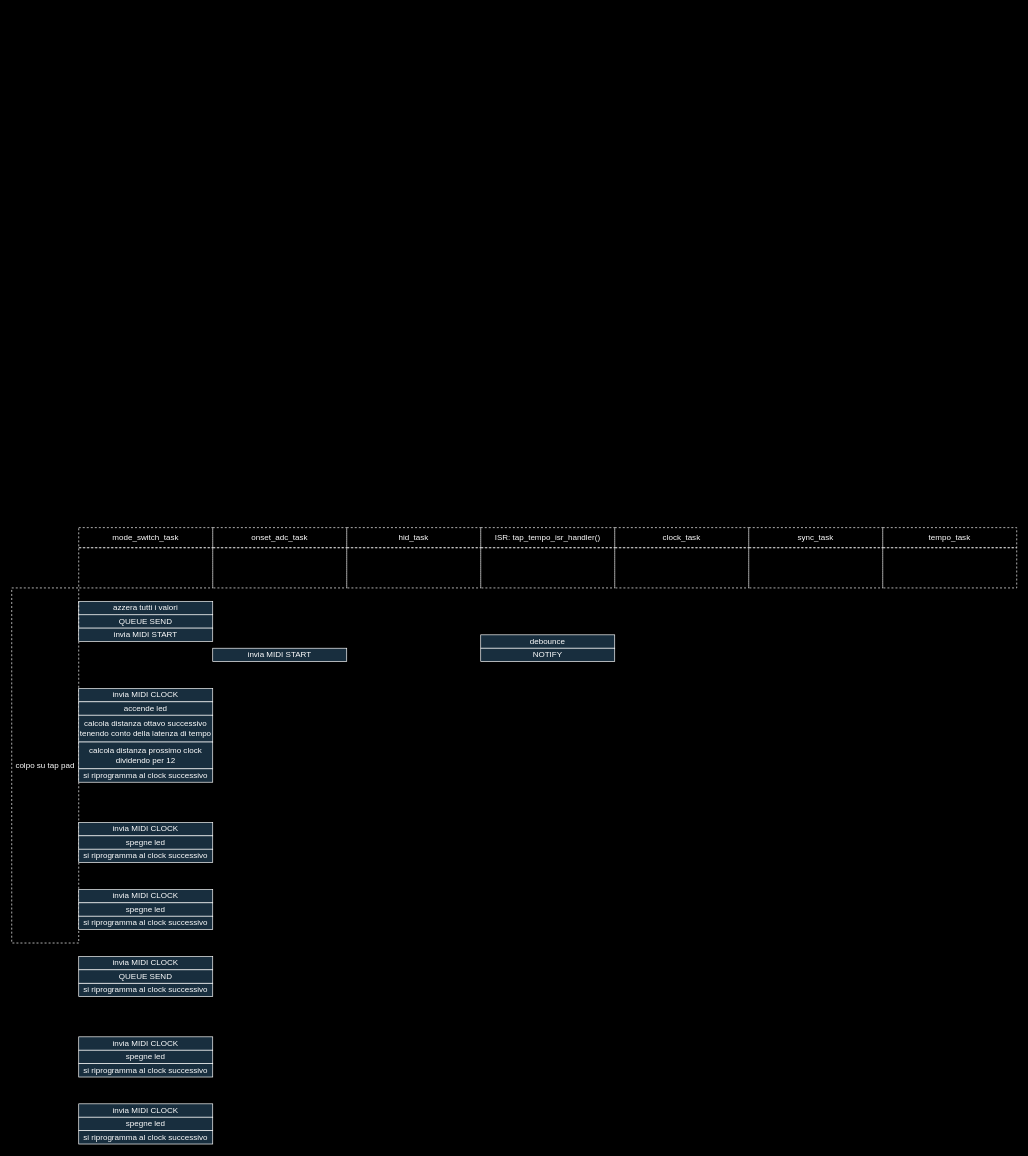
Earlier version of the draw.io diagram drawings/From_clock_on.drawio (carlo-monti/beat_catcher_2). Source tidied: cells renumbered, new cells numbered last; positions are measured from the earlier drawing's top-left corner, leaving out a move shared by most shapes. Both pictures are drawn from the tidied source at 67%, with x=0, y=0 at pixel (11, 527).
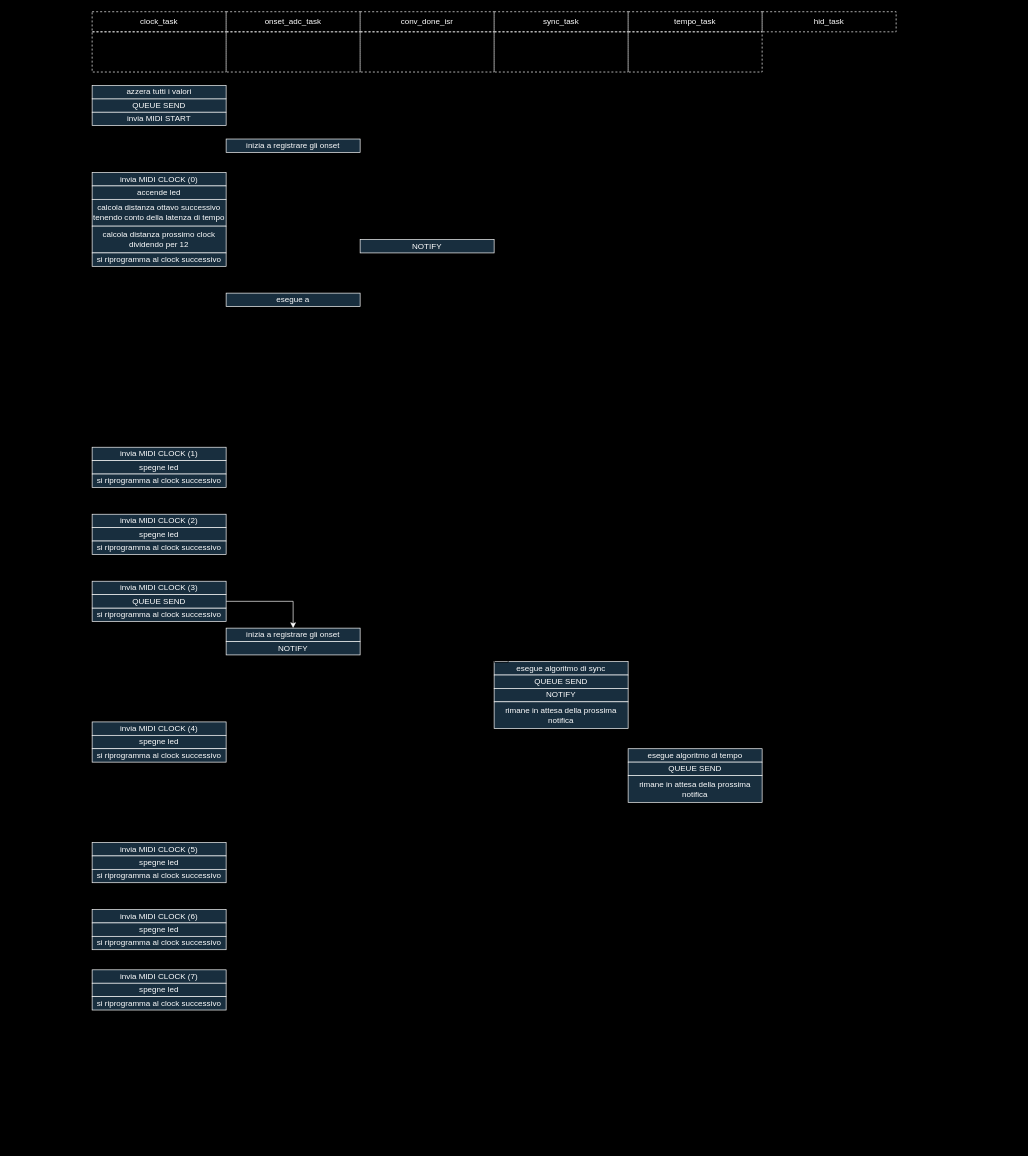
The same diagram, later.

What changed in the source:
```diff
@@
     <mxCell id="2" value="QUEUE SEND" style="rounded=0;whiteSpace=wrap;html=1;labelBackgroundColor=none;fillColor=#182E3E;strokeColor=#FFFFFF;fontColor=#FFFFFF;" parent="1" vertex="1">
-      <mxGeometry x="100" y="130" width="200" height="20" as="geometry" />
+      <mxGeometry x="120" y="-640" width="200" height="20" as="geometry" />
     </mxCell>
-    <mxCell id="3" value="debounce" style="rounded=0;whiteSpace=wrap;html=1;labelBackgroundColor=none;fillColor=#182E3E;strokeColor=#FFFFFF;fontColor=#FFFFFF;" parent="1" vertex="1">
-      <mxGeometry x="700" y="160" width="200" height="20" as="geometry" />
-    </mxCell>
-    <mxCell id="4" value="NOTIFY" style="rounded=0;whiteSpace=wrap;html=1;labelBackgroundColor=none;fillColor=#182E3E;strokeColor=#FFFFFF;fontColor=#FFFFFF;" parent="1" vertex="1">
-      <mxGeometry x="700" y="180" width="200" height="20" as="geometry" />
-    </mxCell>
     <mxCell id="5" value="&lt;div&gt;azzera tutti i valori&lt;br&gt;&lt;/div&gt;" style="rounded=0;whiteSpace=wrap;html=1;labelBackgroundColor=none;fillColor=#182E3E;strokeColor=#FFFFFF;fontColor=#FFFFFF;" parent="1" vertex="1">
-      <mxGeometry x="100" y="110" width="200" height="20" as="geometry" />
+      <mxGeometry x="120" y="-660" width="200" height="20" as="geometry" />
     </mxCell>
-    <mxCell id="6" value="mode_switch_task" style="rounded=0;whiteSpace=wrap;html=1;labelBackgroundColor=none;fillColor=none;strokeColor=#FFFFFF;fontColor=#FFFFFF;dashed=1;" parent="1" vertex="1">
-      <mxGeometry x="100" width="200" height="30" as="geometry" />
+    <mxCell id="6" value="clock_task" style="rounded=0;whiteSpace=wrap;html=1;labelBackgroundColor=none;fillColor=none;strokeColor=#FFFFFF;fontColor=#FFFFFF;dashed=1;" parent="1" vertex="1">
+      <mxGeometry x="120" y="-770" width="200" height="30" as="geometry" />
     </mxCell>
     <mxCell id="7" value="onset_adc_task" style="rounded=0;whiteSpace=wrap;html=1;labelBackgroundColor=none;fillColor=none;strokeColor=#FFFFFF;fontColor=#FFFFFF;dashed=1;" parent="1" vertex="1">
-      <mxGeometry x="300" width="200" height="30" as="geometry" />
+      <mxGeometry x="320" y="-770" width="200" height="30" as="geometry" />
     </mxCell>
     <mxCell id="8" style="rounded=0;whiteSpace=wrap;html=1;labelBackgroundColor=none;fillColor=none;strokeColor=#FFFFFF;fontColor=#FFFFFF;dashed=1;" parent="1" vertex="1">
-      <mxGeometry x="500" y="30" width="200" height="60" as="geometry" />
+      <mxGeometry x="520" y="-740" width="200" height="60" as="geometry" />
     </mxCell>
-    <mxCell id="9" value="hid_task" style="rounded=0;whiteSpace=wrap;html=1;labelBackgroundColor=none;fillColor=none;strokeColor=#FFFFFF;fontColor=#FFFFFF;dashed=1;" parent="1" vertex="1">
-      <mxGeometry x="500" width="200" height="30" as="geometry" />
+    <mxCell id="9" value="sync_task" style="rounded=0;whiteSpace=wrap;html=1;labelBackgroundColor=none;fillColor=none;strokeColor=#FFFFFF;fontColor=#FFFFFF;dashed=1;" parent="1" vertex="1">
+      <mxGeometry x="720" y="-770" width="200" height="30" as="geometry" />
     </mxCell>
-    <mxCell id="10" value="ISR: tap_tempo_isr_handler()" style="rounded=0;whiteSpace=wrap;html=1;labelBackgroundColor=none;fillColor=none;strokeColor=#FFFFFF;fontColor=#FFFFFF;dashed=1;" parent="1" vertex="1">
-      <mxGeometry x="700" width="200" height="30" as="geometry" />
+    <mxCell id="10" value="tempo_task" style="rounded=0;whiteSpace=wrap;html=1;labelBackgroundColor=none;fillColor=none;strokeColor=#FFFFFF;fontColor=#FFFFFF;dashed=1;" parent="1" vertex="1">
+      <mxGeometry x="920" y="-770" width="200" height="30" as="geometry" />
     </mxCell>
     <mxCell id="11" style="rounded=0;whiteSpace=wrap;html=1;labelBackgroundColor=none;fillColor=none;strokeColor=#FFFFFF;fontColor=#FFFFFF;dashed=1;" parent="1" vertex="1">
-      <mxGeometry x="300" y="30" width="200" height="60" as="geometry" />
+      <mxGeometry x="320" y="-740" width="200" height="60" as="geometry" />
     </mxCell>
-    <mxCell id="12" value="colpo su tap pad" style="rounded=0;whiteSpace=wrap;html=1;labelBackgroundColor=none;fillColor=none;strokeColor=#FFFFFF;fontColor=#FFFFFF;dashed=1;" parent="1" vertex="1">
-      <mxGeometry y="90" width="100" height="530" as="geometry" />
-    </mxCell>
     <mxCell id="13" style="rounded=0;whiteSpace=wrap;html=1;labelBackgroundColor=none;fillColor=none;strokeColor=#FFFFFF;fontColor=#FFFFFF;dashed=1;" parent="1" vertex="1">
-      <mxGeometry x="700" y="30" width="200" height="60" as="geometry" />
+      <mxGeometry x="720" y="-740" width="200" height="60" as="geometry" />
     </mxCell>
-    <mxCell id="14" value="clock_task" style="rounded=0;whiteSpace=wrap;html=1;labelBackgroundColor=none;fillColor=none;strokeColor=#FFFFFF;fontColor=#FFFFFF;dashed=1;" parent="1" vertex="1">
-      <mxGeometry x="900" width="200" height="30" as="geometry" />
+    <mxCell id="14" value="hid_task" style="rounded=0;whiteSpace=wrap;html=1;labelBackgroundColor=none;fillColor=none;strokeColor=#FFFFFF;fontColor=#FFFFFF;dashed=1;" parent="1" vertex="1">
+      <mxGeometry x="1120" y="-770" width="200" height="30" as="geometry" />
     </mxCell>
     <mxCell id="15" style="rounded=0;whiteSpace=wrap;html=1;labelBackgroundColor=none;fillColor=none;strokeColor=#FFFFFF;fontColor=#FFFFFF;dashed=1;" parent="1" vertex="1">
-      <mxGeometry x="900" y="30" width="200" height="60" as="geometry" />
+      <mxGeometry x="920" y="-740" width="200" height="60" as="geometry" />
     </mxCell>
-    <mxCell id="16" style="rounded=0;whiteSpace=wrap;html=1;labelBackgroundColor=none;fillColor=none;strokeColor=#FFFFFF;fontColor=#FFFFFF;dashed=1;" parent="1" vertex="1">
-      <mxGeometry x="1100" y="30" width="200" height="60" as="geometry" />
-    </mxCell>
-    <mxCell id="17" style="rounded=0;whiteSpace=wrap;html=1;labelBackgroundColor=none;fillColor=none;strokeColor=#FFFFFF;fontColor=#FFFFFF;dashed=1;" parent="1" vertex="1">
-      <mxGeometry x="1300" y="30" width="200" height="60" as="geometry" />
-    </mxCell>
-    <mxCell id="18" value="tempo_task" style="rounded=0;whiteSpace=wrap;html=1;labelBackgroundColor=none;fillColor=none;strokeColor=#FFFFFF;fontColor=#FFFFFF;dashed=1;" parent="1" vertex="1">
-      <mxGeometry x="1300" width="200" height="30" as="geometry" />
-    </mxCell>
-    <mxCell id="19" value="sync_task" style="rounded=0;whiteSpace=wrap;html=1;labelBackgroundColor=none;fillColor=none;strokeColor=#FFFFFF;fontColor=#FFFFFF;dashed=1;" parent="1" vertex="1">
-      <mxGeometry x="1100" width="200" height="30" as="geometry" />
-    </mxCell>
     <mxCell id="20" style="rounded=0;whiteSpace=wrap;html=1;labelBackgroundColor=none;fillColor=none;strokeColor=#FFFFFF;fontColor=#FFFFFF;dashed=1;" parent="1" vertex="1">
-      <mxGeometry x="100" y="30" width="200" height="60" as="geometry" />
+      <mxGeometry x="120" y="-740" width="200" height="60" as="geometry" />
     </mxCell>
     <mxCell id="21" value="invia MIDI START" style="rounded=0;whiteSpace=wrap;html=1;labelBackgroundColor=none;fillColor=#182E3E;strokeColor=#FFFFFF;fontColor=#FFFFFF;" parent="1" vertex="1">
-      <mxGeometry x="100" y="150" width="200" height="20" as="geometry" />
+      <mxGeometry x="120" y="-620" width="200" height="20" as="geometry" />
     </mxCell>
-    <mxCell id="22" value="invia MIDI START" style="rounded=0;whiteSpace=wrap;html=1;labelBackgroundColor=none;fillColor=#182E3E;strokeColor=#FFFFFF;fontColor=#FFFFFF;" parent="1" vertex="1">
-      <mxGeometry x="300" y="180" width="200" height="20" as="geometry" />
+    <mxCell id="22" value="inizia a registrare gli onset" style="rounded=0;whiteSpace=wrap;html=1;labelBackgroundColor=none;fillColor=#182E3E;strokeColor=#FFFFFF;fontColor=#FFFFFF;" parent="1" vertex="1">
+      <mxGeometry x="320" y="-580" width="200" height="20" as="geometry" />
     </mxCell>
-    <mxCell id="23" value="invia MIDI CLOCK" style="rounded=0;whiteSpace=wrap;html=1;labelBackgroundColor=none;fillColor=#182E3E;strokeColor=#FFFFFF;fontColor=#FFFFFF;" parent="1" vertex="1">
-      <mxGeometry x="100" y="240" width="200" height="20" as="geometry" />
+    <mxCell id="23" value="invia MIDI CLOCK (0)" style="rounded=0;whiteSpace=wrap;html=1;labelBackgroundColor=none;fillColor=#182E3E;strokeColor=#FFFFFF;fontColor=#FFFFFF;" parent="1" vertex="1">
+      <mxGeometry x="120" y="-530" width="200" height="20" as="geometry" />
     </mxCell>
     <mxCell id="24" value="accende led" style="rounded=0;whiteSpace=wrap;html=1;labelBackgroundColor=none;fillColor=#182E3E;strokeColor=#FFFFFF;fontColor=#FFFFFF;" parent="1" vertex="1">
-      <mxGeometry x="100" y="260" width="200" height="20" as="geometry" />
+      <mxGeometry x="120" y="-510" width="200" height="20" as="geometry" />
     </mxCell>
     <mxCell id="25" value="calcola distanza ottavo successivo tenendo conto della latenza di tempo" style="rounded=0;whiteSpace=wrap;html=1;labelBackgroundColor=none;fillColor=#182E3E;strokeColor=#FFFFFF;fontColor=#FFFFFF;" parent="1" vertex="1">
-      <mxGeometry x="100" y="280" width="200" height="40" as="geometry" />
+      <mxGeometry x="120" y="-490" width="200" height="40" as="geometry" />
     </mxCell>
     <mxCell id="26" value="calcola distanza prossimo clock dividendo per 12" style="rounded=0;whiteSpace=wrap;html=1;labelBackgroundColor=none;fillColor=#182E3E;strokeColor=#FFFFFF;fontColor=#FFFFFF;" parent="1" vertex="1">
-      <mxGeometry x="100" y="320" width="200" height="40" as="geometry" />
+      <mxGeometry x="120" y="-450" width="200" height="40" as="geometry" />
     </mxCell>
     <mxCell id="27" value="si riprogramma al clock successivo" style="rounded=0;whiteSpace=wrap;html=1;labelBackgroundColor=none;fillColor=#182E3E;strokeColor=#FFFFFF;fontColor=#FFFFFF;" parent="1" vertex="1">
-      <mxGeometry x="100" y="360" width="200" height="20" as="geometry" />
+      <mxGeometry x="120" y="-410" width="200" height="20" as="geometry" />
     </mxCell>
-    <mxCell id="28" value="invia MIDI CLOCK" style="rounded=0;whiteSpace=wrap;html=1;labelBackgroundColor=none;fillColor=#182E3E;strokeColor=#FFFFFF;fontColor=#FFFFFF;" parent="1" vertex="1">
-      <mxGeometry x="100" y="440" width="200" height="20" as="geometry" />
+    <mxCell id="28" value="invia MIDI CLOCK (1)" style="rounded=0;whiteSpace=wrap;html=1;labelBackgroundColor=none;fillColor=#182E3E;strokeColor=#FFFFFF;fontColor=#FFFFFF;" parent="1" vertex="1">
+      <mxGeometry x="120" y="-120" width="200" height="20" as="geometry" />
     </mxCell>
     <mxCell id="29" value="spegne led" style="rounded=0;whiteSpace=wrap;html=1;labelBackgroundColor=none;fillColor=#182E3E;strokeColor=#FFFFFF;fontColor=#FFFFFF;" parent="1" vertex="1">
-      <mxGeometry x="100" y="460" width="200" height="20" as="geometry" />
+      <mxGeometry x="120" y="-100" width="200" height="20" as="geometry" />
     </mxCell>
     <mxCell id="30" value="si riprogramma al clock successivo" style="rounded=0;whiteSpace=wrap;html=1;labelBackgroundColor=none;fillColor=#182E3E;strokeColor=#FFFFFF;fontColor=#FFFFFF;" parent="1" vertex="1">
-      <mxGeometry x="100" y="480" width="200" height="20" as="geometry" />
+      <mxGeometry x="120" y="-80" width="200" height="20" as="geometry" />
     </mxCell>
-    <mxCell id="31" value="invia MIDI CLOCK" style="rounded=0;whiteSpace=wrap;html=1;labelBackgroundColor=none;fillColor=#182E3E;strokeColor=#FFFFFF;fontColor=#FFFFFF;" parent="1" vertex="1">
-      <mxGeometry x="100" y="540" width="200" height="20" as="geometry" />
+    <mxCell id="31" value="invia MIDI CLOCK (2)" style="rounded=0;whiteSpace=wrap;html=1;labelBackgroundColor=none;fillColor=#182E3E;strokeColor=#FFFFFF;fontColor=#FFFFFF;" parent="1" vertex="1">
+      <mxGeometry x="120" y="-20" width="200" height="20" as="geometry" />
     </mxCell>
     <mxCell id="32" value="spegne led" style="rounded=0;whiteSpace=wrap;html=1;labelBackgroundColor=none;fillColor=#182E3E;strokeColor=#FFFFFF;fontColor=#FFFFFF;" parent="1" vertex="1">
-      <mxGeometry x="100" y="560" width="200" height="20" as="geometry" />
+      <mxGeometry x="120" width="200" height="20" as="geometry" />
     </mxCell>
     <mxCell id="33" value="si riprogramma al clock successivo" style="rounded=0;whiteSpace=wrap;html=1;labelBackgroundColor=none;fillColor=#182E3E;strokeColor=#FFFFFF;fontColor=#FFFFFF;" parent="1" vertex="1">
-      <mxGeometry x="100" y="580" width="200" height="20" as="geometry" />
+      <mxGeometry x="120" y="20" width="200" height="20" as="geometry" />
     </mxCell>
-    <mxCell id="34" value="invia MIDI CLOCK" style="rounded=0;whiteSpace=wrap;html=1;labelBackgroundColor=none;fillColor=#182E3E;strokeColor=#FFFFFF;fontColor=#FFFFFF;" parent="1" vertex="1">
-      <mxGeometry x="100" y="640" width="200" height="20" as="geometry" />
+    <mxCell id="34" value="invia MIDI CLOCK (3)" style="rounded=0;whiteSpace=wrap;html=1;labelBackgroundColor=none;fillColor=#182E3E;strokeColor=#FFFFFF;fontColor=#FFFFFF;" parent="1" vertex="1">
+      <mxGeometry x="120" y="80" width="200" height="20" as="geometry" />
     </mxCell>
     <mxCell id="35" value="si riprogramma al clock successivo" style="rounded=0;whiteSpace=wrap;html=1;labelBackgroundColor=none;fillColor=#182E3E;strokeColor=#FFFFFF;fontColor=#FFFFFF;" parent="1" vertex="1">
-      <mxGeometry x="100" y="680" width="200" height="20" as="geometry" />
+      <mxGeometry x="120" y="120" width="200" height="20" as="geometry" />
     </mxCell>
+    <mxCell id="43" style="edgeStyle=orthogonalEdgeStyle;rounded=0;jettySize=auto;html=1;exitX=1;exitY=0.5;exitDx=0;exitDy=0;entryX=0.5;entryY=0;entryDx=0;entryDy=0;strokeColor=#FFFFFF;" parent="1" edge="1" source="36" target="44">
+      <mxGeometry relative="1" as="geometry" />
+    </mxCell>
     <mxCell id="36" value="QUEUE SEND" style="rounded=0;whiteSpace=wrap;html=1;labelBackgroundColor=none;fillColor=#182E3E;strokeColor=#FFFFFF;fontColor=#FFFFFF;" parent="1" vertex="1">
-      <mxGeometry x="100" y="660" width="200" height="20" as="geometry" />
+      <mxGeometry x="120" y="100" width="200" height="20" as="geometry" />
     </mxCell>
-    <mxCell id="37" value="invia MIDI CLOCK" style="rounded=0;whiteSpace=wrap;html=1;labelBackgroundColor=none;fillColor=#182E3E;strokeColor=#FFFFFF;fontColor=#FFFFFF;" parent="1" vertex="1">
-      <mxGeometry x="100" y="760" width="200" height="20" as="geometry" />
+    <mxCell id="37" value="invia MIDI CLOCK (4)" style="rounded=0;whiteSpace=wrap;html=1;labelBackgroundColor=none;fillColor=#182E3E;strokeColor=#FFFFFF;fontColor=#FFFFFF;" parent="1" vertex="1">
+      <mxGeometry x="120" y="290" width="200" height="20" as="geometry" />
     </mxCell>
     <mxCell id="38" value="spegne led" style="rounded=0;whiteSpace=wrap;html=1;labelBackgroundColor=none;fillColor=#182E3E;strokeColor=#FFFFFF;fontColor=#FFFFFF;" parent="1" vertex="1">
-      <mxGeometry x="100" y="780" width="200" height="20" as="geometry" />
+      <mxGeometry x="120" y="310" width="200" height="20" as="geometry" />
     </mxCell>
     <mxCell id="39" value="si riprogramma al clock successivo" style="rounded=0;whiteSpace=wrap;html=1;labelBackgroundColor=none;fillColor=#182E3E;strokeColor=#FFFFFF;fontColor=#FFFFFF;" parent="1" vertex="1">
-      <mxGeometry x="100" y="800" width="200" height="20" as="geometry" />
+      <mxGeometry x="120" y="330" width="200" height="20" as="geometry" />
     </mxCell>
-    <mxCell id="40" value="invia MIDI CLOCK" style="rounded=0;whiteSpace=wrap;html=1;labelBackgroundColor=none;fillColor=#182E3E;strokeColor=#FFFFFF;fontColor=#FFFFFF;" parent="1" vertex="1">
-      <mxGeometry x="100" y="860" width="200" height="20" as="geometry" />
+    <mxCell id="40" value="invia MIDI CLOCK (5)" style="rounded=0;whiteSpace=wrap;html=1;labelBackgroundColor=none;fillColor=#182E3E;strokeColor=#FFFFFF;fontColor=#FFFFFF;" parent="1" vertex="1">
+      <mxGeometry x="120" y="470" width="200" height="20" as="geometry" />
     </mxCell>
     <mxCell id="41" value="spegne led" style="rounded=0;whiteSpace=wrap;html=1;labelBackgroundColor=none;fillColor=#182E3E;strokeColor=#FFFFFF;fontColor=#FFFFFF;" parent="1" vertex="1">
-      <mxGeometry x="100" y="880" width="200" height="20" as="geometry" />
+      <mxGeometry x="120" y="490" width="200" height="20" as="geometry" />
     </mxCell>
     <mxCell id="42" value="si riprogramma al clock successivo" style="rounded=0;whiteSpace=wrap;html=1;labelBackgroundColor=none;fillColor=#182E3E;strokeColor=#FFFFFF;fontColor=#FFFFFF;" parent="1" vertex="1">
-      <mxGeometry x="100" y="900" width="200" height="20" as="geometry" />
+      <mxGeometry x="120" y="510" width="200" height="20" as="geometry" />
     </mxCell>
+    <mxCell id="44" value="inizia a registrare gli onset" style="rounded=0;whiteSpace=wrap;html=1;labelBackgroundColor=none;fillColor=#182E3E;strokeColor=#FFFFFF;fontColor=#FFFFFF;" parent="1" vertex="1">
+      <mxGeometry x="320" y="150" width="200" height="20" as="geometry" />
+    </mxCell>
+    <mxCell id="45" value="esegue algoritmo di sync" style="rounded=0;whiteSpace=wrap;html=1;labelBackgroundColor=none;fillColor=#182E3E;strokeColor=#FFFFFF;fontColor=#FFFFFF;" parent="1" vertex="1">
+      <mxGeometry x="720" y="200" width="200" height="20" as="geometry" />
+    </mxCell>
+    <mxCell id="46" style="edgeStyle=orthogonalEdgeStyle;rounded=0;jettySize=auto;html=1;exitX=1;exitY=0.5;exitDx=0;exitDy=0;entryX=0.5;entryY=0;entryDx=0;entryDy=0;" parent="1" edge="1" target="45">
+      <mxGeometry relative="1" as="geometry">
+        <mxPoint x="720" y="180" as="sourcePoint" />
+      </mxGeometry>
+    </mxCell>
+    <mxCell id="47" value="NOTIFY" style="rounded=0;whiteSpace=wrap;html=1;labelBackgroundColor=none;fillColor=#182E3E;strokeColor=#FFFFFF;fontColor=#FFFFFF;" parent="1" vertex="1">
+      <mxGeometry x="320" y="170" width="200" height="20" as="geometry" />
+    </mxCell>
+    <mxCell id="48" style="edgeStyle=orthogonalEdgeStyle;rounded=0;jettySize=auto;html=1;exitX=0;exitY=0.25;exitDx=0;exitDy=0;entryX=0.75;entryY=0;entryDx=0;entryDy=0;" parent="1" edge="1" source="49" target="37">
+      <mxGeometry relative="1" as="geometry" />
+    </mxCell>
+    <mxCell id="49" value="QUEUE SEND" style="rounded=0;whiteSpace=wrap;html=1;labelBackgroundColor=none;fillColor=#182E3E;strokeColor=#FFFFFF;fontColor=#FFFFFF;" parent="1" vertex="1">
+      <mxGeometry x="720" y="220" width="200" height="20" as="geometry" />
+    </mxCell>
+    <mxCell id="50" value="NOTIFY" style="rounded=0;whiteSpace=wrap;html=1;labelBackgroundColor=none;fillColor=#182E3E;strokeColor=#FFFFFF;fontColor=#FFFFFF;" parent="1" vertex="1">
+      <mxGeometry x="720" y="240" width="200" height="20" as="geometry" />
+    </mxCell>
+    <mxCell id="51" style="edgeStyle=orthogonalEdgeStyle;rounded=0;jettySize=auto;html=1;exitX=0;exitY=0.5;exitDx=0;exitDy=0;entryX=0.75;entryY=0;entryDx=0;entryDy=0;" parent="1" edge="1" target="40">
+      <mxGeometry relative="1" as="geometry">
+        <mxPoint x="720" y="390" as="sourcePoint" />
+      </mxGeometry>
+    </mxCell>
+    <mxCell id="52" value="rimane in attesa della prossima notifica" style="rounded=0;whiteSpace=wrap;html=1;labelBackgroundColor=none;fillColor=#182E3E;strokeColor=#FFFFFF;fontColor=#FFFFFF;" parent="1" vertex="1">
+      <mxGeometry x="720" y="260" width="200" height="40" as="geometry" />
+    </mxCell>
+    <mxCell id="53" value="esegue algoritmo di tempo" style="rounded=0;whiteSpace=wrap;html=1;labelBackgroundColor=none;fillColor=#182E3E;strokeColor=#FFFFFF;fontColor=#FFFFFF;" parent="1" vertex="1">
+      <mxGeometry x="920" y="330" width="200" height="20" as="geometry" />
+    </mxCell>
+    <mxCell id="54" style="edgeStyle=orthogonalEdgeStyle;rounded=0;jettySize=auto;html=1;exitX=0;exitY=0.5;exitDx=0;exitDy=0;entryX=0.75;entryY=0;entryDx=0;entryDy=0;" parent="1" edge="1" source="55" target="40">
+      <mxGeometry relative="1" as="geometry" />
+    </mxCell>
+    <mxCell id="55" value="QUEUE SEND" style="rounded=0;whiteSpace=wrap;html=1;labelBackgroundColor=none;fillColor=#182E3E;strokeColor=#FFFFFF;fontColor=#FFFFFF;" parent="1" vertex="1">
+      <mxGeometry x="920" y="350" width="200" height="20" as="geometry" />
+    </mxCell>
+    <mxCell id="56" value="rimane in attesa della prossima notifica" style="rounded=0;whiteSpace=wrap;html=1;labelBackgroundColor=none;fillColor=#182E3E;strokeColor=#FFFFFF;fontColor=#FFFFFF;" parent="1" vertex="1">
+      <mxGeometry x="920" y="370" width="200" height="40" as="geometry" />
+    </mxCell>
+    <mxCell id="57" value="invia MIDI CLOCK (6)" style="rounded=0;whiteSpace=wrap;html=1;labelBackgroundColor=none;fillColor=#182E3E;strokeColor=#FFFFFF;fontColor=#FFFFFF;" parent="1" vertex="1">
+      <mxGeometry x="120" y="570" width="200" height="20" as="geometry" />
+    </mxCell>
+    <mxCell id="58" value="spegne led" style="rounded=0;whiteSpace=wrap;html=1;labelBackgroundColor=none;fillColor=#182E3E;strokeColor=#FFFFFF;fontColor=#FFFFFF;" parent="1" vertex="1">
+      <mxGeometry x="120" y="590" width="200" height="20" as="geometry" />
+    </mxCell>
+    <mxCell id="59" value="si riprogramma al clock successivo" style="rounded=0;whiteSpace=wrap;html=1;labelBackgroundColor=none;fillColor=#182E3E;strokeColor=#FFFFFF;fontColor=#FFFFFF;" parent="1" vertex="1">
+      <mxGeometry x="120" y="610" width="200" height="20" as="geometry" />
+    </mxCell>
+    <mxCell id="60" value="invia MIDI CLOCK (7)" style="rounded=0;whiteSpace=wrap;html=1;labelBackgroundColor=none;fillColor=#182E3E;strokeColor=#FFFFFF;fontColor=#FFFFFF;" parent="1" vertex="1">
+      <mxGeometry x="120" y="660" width="200" height="20" as="geometry" />
+    </mxCell>
+    <mxCell id="61" value="spegne led" style="rounded=0;whiteSpace=wrap;html=1;labelBackgroundColor=none;fillColor=#182E3E;strokeColor=#FFFFFF;fontColor=#FFFFFF;" parent="1" vertex="1">
+      <mxGeometry x="120" y="680" width="200" height="20" as="geometry" />
+    </mxCell>
+    <mxCell id="62" value="si riprogramma al clock successivo" style="rounded=0;whiteSpace=wrap;html=1;labelBackgroundColor=none;fillColor=#182E3E;strokeColor=#FFFFFF;fontColor=#FFFFFF;" parent="1" vertex="1">
+      <mxGeometry x="120" y="700" width="200" height="20" as="geometry" />
+    </mxCell>
+    <mxCell id="63" value="NOTIFY" style="rounded=0;whiteSpace=wrap;html=1;labelBackgroundColor=none;fillColor=#182E3E;strokeColor=#FFFFFF;fontColor=#FFFFFF;" parent="1" vertex="1">
+      <mxGeometry x="520" y="-430" width="200" height="20" as="geometry" />
+    </mxCell>
+    <mxCell id="64" value="conv_done_isr" style="rounded=0;whiteSpace=wrap;html=1;labelBackgroundColor=none;fillColor=none;strokeColor=#FFFFFF;fontColor=#FFFFFF;dashed=1;" parent="1" vertex="1">
+      <mxGeometry x="520" y="-770" width="200" height="30" as="geometry" />
+    </mxCell>
+    <mxCell id="65" value="esegue a" style="rounded=0;whiteSpace=wrap;html=1;labelBackgroundColor=none;fillColor=#182E3E;strokeColor=#FFFFFF;fontColor=#FFFFFF;" parent="1" vertex="1">
+      <mxGeometry x="320" y="-350" width="200" height="20" as="geometry" />
+    </mxCell>
```
